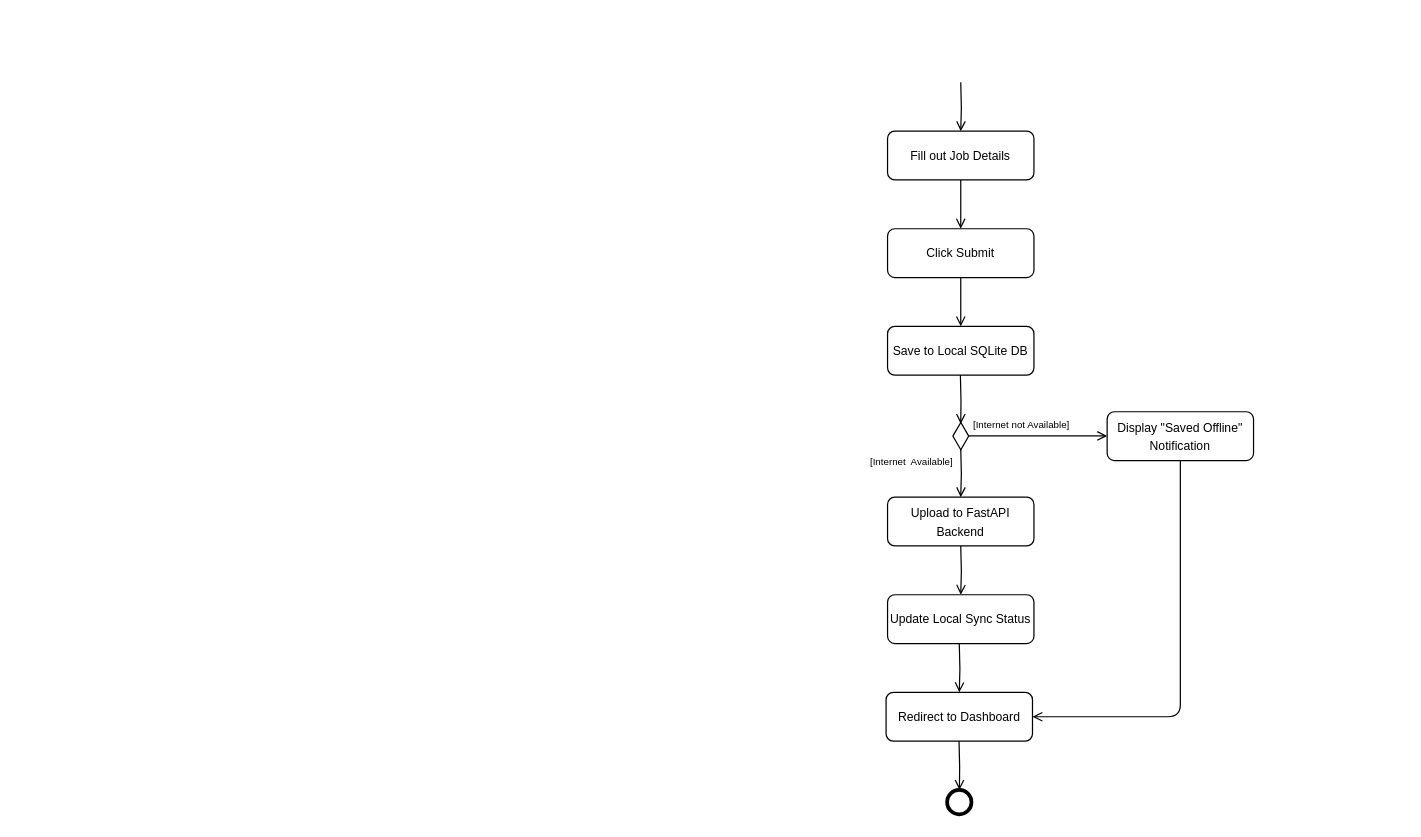
Earlier version of the draw.io diagram ActivityDiagram.drawio (eigenlambda123/BarangayMicroJobs). Source tidied: cells renumbered, new cells numbered last; positions are measured from the earlier drawing's top-left corner, leaving out a move shared by most shapes. Both pictures are drawn from the tidied source at 122%, with x=0, y=0 at pixel (863, 57). Pictures stored in the file or linked from it are replaced by grey dashed boxes.
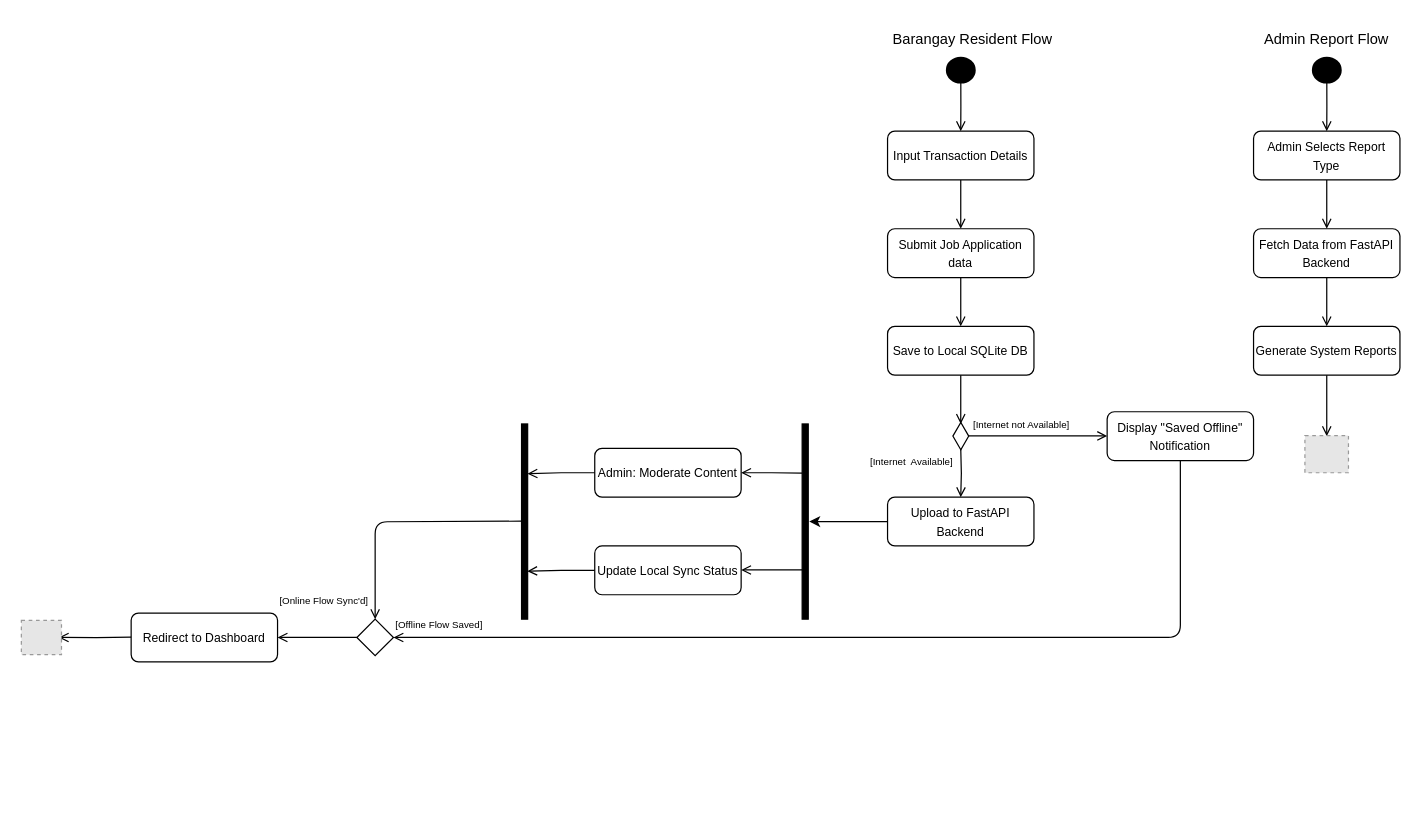
The same diagram, later.

The change refers to these unchanged cells:
```xml
<mxCell id="11" value="&lt;font style=&quot;font-size: 10px;&quot;&gt;Display &quot;Saved Offline&quot; Notification&lt;/font&gt;" style="rounded=1;whiteSpace=wrap;html=1;" parent="1" vertex="1">
  <mxGeometry x="200" y="290" width="120" height="40" as="geometry" />
</mxCell>
<mxCell id="12" value="&lt;font style=&quot;font-size: 10px;&quot;&gt;Upload to FastAPI Backend&lt;/font&gt;" style="rounded=1;whiteSpace=wrap;html=1;" parent="1" vertex="1">
  <mxGeometry x="20" y="360" width="120" height="40" as="geometry" />
</mxCell>
<mxCell id="18" value="&lt;span style=&quot;font-size: 10px;&quot;&gt;Save to Local SQLite DB&lt;/span&gt;" style="rounded=1;whiteSpace=wrap;html=1;" parent="1" vertex="1">
  <mxGeometry x="20" y="220" width="120" height="40" as="geometry" />
</mxCell>
```

Change to the diagram source:
```diff
@@
-    <mxCell id="2" style="edgeStyle=orthogonalEdgeStyle;rounded=0;jettySize=auto;html=1;entryX=0.5;entryY=0;entryDx=0;entryDy=0;endArrow=open;endFill=0;" parent="1" edge="1" target="5">
-      <mxGeometry relative="1" as="geometry">
-        <mxPoint x="80" y="20" as="sourcePoint" />
-      </mxGeometry>
+    <mxCell id="2" style="edgeStyle=orthogonalEdgeStyle;rounded=0;jettySize=auto;html=1;entryX=0.5;entryY=0;entryDx=0;entryDy=0;endArrow=open;endFill=0;exitX=0.5;exitY=1;exitDx=0;exitDy=0;exitPerimeter=0;" parent="1" edge="1" source="49" target="5">
+      <mxGeometry relative="1" as="geometry" />
     </mxCell>
-    <mxCell id="3" style="ellipse;whiteSpace=wrap;html=1;strokeColor=none;" parent="1" vertex="1">
-      <mxGeometry x="68.8" width="20" height="20" as="geometry" />
-    </mxCell>
-    <mxCell id="4" style="edgeStyle=orthogonalEdgeStyle;rounded=0;jettySize=auto;html=1;entryX=0.5;entryY=0;entryDx=0;entryDy=0;endArrow=open;endFill=0;" parent="1" edge="1" source="5" target="7">
+    <mxCell id="4" style="edgeStyle=orthogonalEdgeStyle;rounded=0;jettySize=auto;html=1;entryX=0.5;entryY=0;entryDx=0;entryDy=0;endArrow=open;endFill=0;exitX=0.5;exitY=1;exitDx=0;exitDy=0;" parent="1" edge="1" source="5" target="7">
       <mxGeometry relative="1" as="geometry" />
     </mxCell>
-    <mxCell id="5" value="&lt;font style=&quot;font-size: 10px;&quot;&gt;Fill out Job Details&lt;/font&gt;" style="rounded=1;whiteSpace=wrap;html=1;" parent="1" vertex="1">
+    <mxCell id="5" value="&lt;font style=&quot;font-size: 10px;&quot;&gt;Input Transaction Details&lt;/font&gt;" style="rounded=1;whiteSpace=wrap;html=1;" parent="1" vertex="1">
       <mxGeometry x="20" y="60" width="120" height="40" as="geometry" />
     </mxCell>
-    <mxCell id="6" style="edgeStyle=orthogonalEdgeStyle;rounded=0;jettySize=auto;html=1;entryX=0.5;entryY=0;entryDx=0;entryDy=0;endArrow=open;endFill=0;" parent="1" edge="1" source="7" target="18">
+    <mxCell id="6" style="edgeStyle=orthogonalEdgeStyle;rounded=0;jettySize=auto;html=1;entryX=0.5;entryY=0;entryDx=0;entryDy=0;endArrow=open;endFill=0;exitX=0.5;exitY=1;exitDx=0;exitDy=0;" parent="1" edge="1" source="7" target="18">
       <mxGeometry relative="1" as="geometry" />
     </mxCell>
-    <mxCell id="7" value="&lt;font style=&quot;font-size: 10px;&quot;&gt;Click Submit&lt;/font&gt;" style="rounded=1;whiteSpace=wrap;html=1;" parent="1" vertex="1">
+    <mxCell id="7" value="&lt;font style=&quot;font-size: 10px;&quot;&gt;Submit Job Application data&lt;/font&gt;" style="rounded=1;whiteSpace=wrap;html=1;" parent="1" vertex="1">
       <mxGeometry x="20" y="140" width="120" height="40" as="geometry" />
     </mxCell>
@@
-    <mxCell id="10" style="edgeStyle=orthogonalEdgeStyle;rounded=1;jettySize=auto;html=1;entryX=1;entryY=0.5;entryDx=0;entryDy=0;curved=0;endArrow=open;endFill=0;" parent="1" edge="1" source="11" target="22">
-      <mxGeometry relative="1" as="geometry">
-        <Array as="points">
-          <mxPoint x="260" y="540" />
-        </Array>
-      </mxGeometry>
-    </mxCell>
+    <mxCell id="24" style="edgeStyle=orthogonalEdgeStyle;rounded=1;jettySize=auto;html=1;entryX=1;entryY=0.5;entryDx=0;entryDy=0;curved=0;endArrow=open;endFill=0;" parent="1" edge="1" source="11" target="43">
+      <mxGeometry relative="1" as="geometry">
+        <Array as="points">
+          <mxPoint x="260" y="475" />
+        </Array>
+      </mxGeometry>
+    </mxCell>
@@
+    <mxCell id="25" style="edgeStyle=orthogonalEdgeStyle;rounded=0;jettySize=auto;html=1;entryX=1.159;entryY=0.5;entryDx=0;entryDy=0;entryPerimeter=0;" parent="1" edge="1" source="12" target="28">
+      <mxGeometry relative="1" as="geometry" />
+    </mxCell>
@@
-    <mxCell id="13" style="edgeStyle=orthogonalEdgeStyle;rounded=0;jettySize=auto;html=1;endArrow=open;endFill=0;" parent="1" edge="1" target="14">
-      <mxGeometry relative="1" as="geometry">
-        <mxPoint x="80" y="400" as="sourcePoint" />
-      </mxGeometry>
-    </mxCell>
     <mxCell id="14" value="&lt;font style=&quot;font-size: 10px;&quot;&gt;Update Local Sync Status&lt;/font&gt;" style="rounded=1;whiteSpace=wrap;html=1;" parent="1" vertex="1">
-      <mxGeometry x="20" y="440" width="120" height="40" as="geometry" />
+      <mxGeometry x="-220" y="400" width="120" height="40" as="geometry" />
     </mxCell>
@@
-    <mxCell id="19" style="edgeStyle=orthogonalEdgeStyle;rounded=0;orthogonalLoop=1;jettySize=auto;html=1;endArrow=open;endFill=0;" parent="1" edge="1">
+    <mxCell id="19" style="edgeStyle=orthogonalEdgeStyle;rounded=0;jettySize=auto;html=1;endArrow=open;endFill=0;exitX=0.5;exitY=1;exitDx=0;exitDy=0;" parent="1" edge="1" source="18">
       <mxGeometry relative="1" as="geometry">
-        <mxPoint x="79.7" y="260" as="sourcePoint" />
         <mxPoint x="80" y="300" as="targetPoint" />
       </mxGeometry>
     </mxCell>
-    <mxCell id="20" style="ellipse;whiteSpace=wrap;html=1;strokeColor=default;gradientColor=none;fillStyle=auto;strokeWidth=3;" parent="1" vertex="1">
-      <mxGeometry x="68.8" y="600" width="20" height="20" as="geometry" />
-    </mxCell>
-    <mxCell id="21" style="edgeStyle=orthogonalEdgeStyle;rounded=0;jettySize=auto;html=1;endArrow=open;endFill=0;" parent="1" edge="1" target="22">
-      <mxGeometry relative="1" as="geometry">
-        <mxPoint x="78.8" y="480" as="sourcePoint" />
-      </mxGeometry>
-    </mxCell>
     <mxCell id="22" value="&lt;font style=&quot;font-size: 10px;&quot;&gt;Redirect to Dashboard&lt;/font&gt;" style="rounded=1;whiteSpace=wrap;html=1;" parent="1" vertex="1">
-      <mxGeometry x="18.8" y="520" width="120" height="40" as="geometry" />
+      <mxGeometry x="-600" y="455" width="120" height="40" as="geometry" />
     </mxCell>
-    <mxCell id="23" style="edgeStyle=orthogonalEdgeStyle;rounded=0;orthogonalLoop=1;jettySize=auto;html=1;endArrow=open;endFill=0;" parent="1" edge="1">
-      <mxGeometry relative="1" as="geometry">
-        <mxPoint x="78.6" y="560" as="sourcePoint" />
-        <mxPoint x="78.9" y="600" as="targetPoint" />
-      </mxGeometry>
-    </mxCell>
+    <mxCell id="26" value="&lt;font style=&quot;font-size: 10px;&quot;&gt;Admin: Moderate Content&lt;/font&gt;" style="rounded=1;whiteSpace=wrap;html=1;" parent="1" vertex="1">
+      <mxGeometry x="-220" y="320" width="120" height="40" as="geometry" />
+    </mxCell>
+    <mxCell id="27" style="html=1;points=[];perimeter=orthogonalPerimeter;fillColor=strokeColor;" parent="1" vertex="1">
+      <mxGeometry x="-280" y="300" width="5" height="160" as="geometry" />
+    </mxCell>
+    <mxCell id="28" style="html=1;points=[];perimeter=orthogonalPerimeter;fillColor=strokeColor;" parent="1" vertex="1">
+      <mxGeometry x="-50" y="300" width="5" height="160" as="geometry" />
+    </mxCell>
+    <mxCell id="29" style="edgeStyle=orthogonalEdgeStyle;rounded=0;jettySize=auto;html=1;entryX=0.067;entryY=0.748;entryDx=0;entryDy=0;entryPerimeter=0;endArrow=none;endFill=0;startArrow=open;startFill=0;" parent="1" edge="1" source="14" target="28">
+      <mxGeometry relative="1" as="geometry">
+        <Array as="points">
+          <mxPoint x="-105" y="420" />
+        </Array>
+      </mxGeometry>
+    </mxCell>
+    <mxCell id="30" style="edgeStyle=orthogonalEdgeStyle;rounded=0;jettySize=auto;html=1;entryX=-0.022;entryY=0.252;entryDx=0;entryDy=0;entryPerimeter=0;startArrow=open;startFill=0;endArrow=none;endFill=0;" parent="1" edge="1" source="26" target="28">
+      <mxGeometry relative="1" as="geometry" />
+    </mxCell>
+    <mxCell id="31" style="edgeStyle=orthogonalEdgeStyle;rounded=0;jettySize=auto;html=1;entryX=0.972;entryY=0.255;entryDx=0;entryDy=0;entryPerimeter=0;endArrow=open;endFill=0;" parent="1" edge="1" source="26" target="27">
+      <mxGeometry relative="1" as="geometry" />
+    </mxCell>
+    <mxCell id="32" style="edgeStyle=orthogonalEdgeStyle;rounded=0;jettySize=auto;html=1;entryX=0.932;entryY=0.498;entryDx=0;entryDy=0;endArrow=open;endFill=0;entryPerimeter=0;" parent="1" edge="1" target="52">
+      <mxGeometry relative="1" as="geometry">
+        <mxPoint x="-600" y="474.7" as="sourcePoint" />
+      </mxGeometry>
+    </mxCell>
+    <mxCell id="33" style="edgeStyle=orthogonalEdgeStyle;rounded=0;jettySize=auto;html=1;entryX=0.5;entryY=0;entryDx=0;entryDy=0;endArrow=open;endFill=0;exitX=0.5;exitY=1;exitDx=0;exitDy=0;exitPerimeter=0;" parent="1" edge="1" source="50" target="35">
+      <mxGeometry relative="1" as="geometry" />
+    </mxCell>
+    <mxCell id="34" style="ellipse;whiteSpace=wrap;html=1;strokeColor=none;fillColor=light-dark(#FFFFFF,#000000);fillStyle=solid;" parent="1" vertex="1">
+      <mxGeometry x="370" width="20" height="20" as="geometry" />
+    </mxCell>
+    <mxCell id="35" value="&lt;font style=&quot;font-size: 10px;&quot;&gt;Admin Selects Report Type&lt;/font&gt;" style="rounded=1;whiteSpace=wrap;html=1;" parent="1" vertex="1">
+      <mxGeometry x="320" y="60" width="120" height="40" as="geometry" />
+    </mxCell>
+    <mxCell id="36" style="edgeStyle=orthogonalEdgeStyle;rounded=0;jettySize=auto;html=1;entryX=0.5;entryY=0;entryDx=0;entryDy=0;endArrow=open;endFill=0;exitX=0.5;exitY=1;exitDx=0;exitDy=0;" parent="1" edge="1" source="35" target="37">
+      <mxGeometry relative="1" as="geometry" />
+    </mxCell>
+    <mxCell id="37" value="&lt;font style=&quot;font-size: 10px;&quot;&gt;Fetch Data from FastAPI Backend&lt;/font&gt;" style="rounded=1;whiteSpace=wrap;html=1;" parent="1" vertex="1">
+      <mxGeometry x="320" y="140" width="120" height="40" as="geometry" />
+    </mxCell>
+    <mxCell id="38" style="edgeStyle=orthogonalEdgeStyle;rounded=0;jettySize=auto;html=1;entryX=0.5;entryY=0;entryDx=0;entryDy=0;endArrow=open;endFill=0;exitX=0.5;exitY=1;exitDx=0;exitDy=0;" parent="1" edge="1" source="37" target="39">
+      <mxGeometry relative="1" as="geometry" />
+    </mxCell>
+    <mxCell id="39" value="&lt;font style=&quot;font-size: 10px;&quot;&gt;Generate System Reports&lt;/font&gt;" style="rounded=1;whiteSpace=wrap;html=1;" parent="1" vertex="1">
+      <mxGeometry x="320" y="220" width="120" height="40" as="geometry" />
+    </mxCell>
+    <mxCell id="40" style="edgeStyle=orthogonalEdgeStyle;rounded=0;jettySize=auto;html=1;entryX=0.936;entryY=0.754;entryDx=0;entryDy=0;entryPerimeter=0;endArrow=open;endFill=0;" parent="1" edge="1" source="14" target="27">
+      <mxGeometry relative="1" as="geometry" />
+    </mxCell>
+    <mxCell id="41" style="edgeStyle=orthogonalEdgeStyle;rounded=1;jettySize=auto;html=1;endArrow=open;endFill=0;curved=0;entryX=0.5;entryY=0;entryDx=0;entryDy=0;" parent="1" edge="1" target="43">
+      <mxGeometry relative="1" as="geometry">
+        <mxPoint x="-280" y="379.7" as="sourcePoint" />
+      </mxGeometry>
+    </mxCell>
+    <mxCell id="42" style="edgeStyle=orthogonalEdgeStyle;rounded=0;jettySize=auto;html=1;entryX=1;entryY=0.5;entryDx=0;entryDy=0;endArrow=open;endFill=0;" parent="1" edge="1" source="43" target="22">
+      <mxGeometry relative="1" as="geometry">
+        <Array as="points">
+          <mxPoint x="-480" y="475" />
+          <mxPoint x="-480" y="475" />
+        </Array>
+      </mxGeometry>
+    </mxCell>
+    <mxCell id="43" style="rhombus;fontSize=6;" parent="1" vertex="1">
+      <mxGeometry x="-415" y="460" width="30" height="30" as="geometry" />
+    </mxCell>
+    <mxCell id="44" value="&lt;font style=&quot;font-size: 8px;&quot;&gt;[Online Flow Sync'd]&lt;/font&gt;" style="text;whiteSpace=wrap;html=1;" parent="1" vertex="1">
+      <mxGeometry x="-480" y="430" width="90" height="40" as="geometry" />
+    </mxCell>
+    <mxCell id="45" value="&lt;font style=&quot;font-size: 8px;&quot;&gt;[Offline Flow Saved]&lt;/font&gt;" style="text;whiteSpace=wrap;html=1;" parent="1" vertex="1">
+      <mxGeometry x="-385" y="450" width="140" height="40" as="geometry" />
+    </mxCell>
+    <mxCell id="46" style="edgeStyle=orthogonalEdgeStyle;rounded=0;jettySize=auto;html=1;entryX=0.5;entryY=0;entryDx=0;entryDy=0;endArrow=open;endFill=0;" parent="1" edge="1" source="39">
+      <mxGeometry relative="1" as="geometry">
+        <mxPoint x="380" y="310" as="targetPoint" />
+      </mxGeometry>
+    </mxCell>
+    <mxCell id="47" value="Admin Report Flow" style="text;html=1;whiteSpace=wrap;strokeColor=none;fillColor=none;align=center;verticalAlign=middle;rounded=0;" parent="1" vertex="1">
+      <mxGeometry x="320" y="-30" width="120" height="30" as="geometry" />
+    </mxCell>
+    <mxCell id="48" value="Barangay Resident Flow" style="text;html=1;whiteSpace=wrap;strokeColor=none;fillColor=none;align=center;verticalAlign=middle;rounded=0;" parent="1" vertex="1">
+      <mxGeometry x="20" y="-30" width="140" height="30" as="geometry" />
+    </mxCell>
+    <mxCell id="49" style="strokeWidth=2;html=1;shape=mxgraph.flowchart.start_2;whiteSpace=wrap;fillColor=light-dark(#000000,#000000);strokeColor=light-dark(#000000,#000000);" parent="1" vertex="1">
+      <mxGeometry x="68.8" width="22.5" height="20" as="geometry" />
+    </mxCell>
+    <mxCell id="50" style="strokeWidth=2;html=1;shape=mxgraph.flowchart.start_2;whiteSpace=wrap;fillColor=light-dark(#000000,#000000);strokeColor=light-dark(#000000,#000000);" parent="1" vertex="1">
+      <mxGeometry x="368.8" width="22.5" height="20" as="geometry" />
+    </mxCell>
+    <mxCell id="51" style="fillColor=#E6E6E6;strokeColor=#999999;dashed=1;verticalLabelPosition=bottom;labelBackgroundColor=default;verticalAlign=top;" parent="1" vertex="1">
+      <mxGeometry x="362.1" y="309.5" width="35.7" height="30.5" as="geometry" />
+    </mxCell>
+    <mxCell id="52" style="fillColor=#E6E6E6;strokeColor=#999999;dashed=1;verticalLabelPosition=bottom;labelBackgroundColor=default;verticalAlign=top;" parent="1" vertex="1">
+      <mxGeometry x="-690" y="461" width="32.9" height="28.1" as="geometry" />
+    </mxCell>
```
